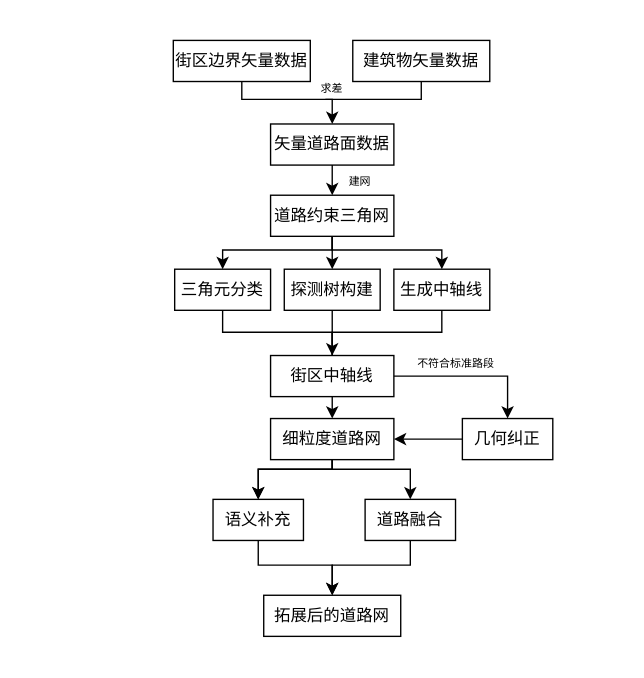
This is page "Page-1" (1 of 2) of Untitled Diagram.drawio from glancccc/CS-Books, a draw.io file, before an edit. Source tidied: cells renumbered, new cells numbered last; positions are measured from the earlier drawing's top-left corner, leaving out a move shared by most shapes. Both pictures are drawn from the tidied source at 137%, with x=0, y=0 at pixel (173, 40).
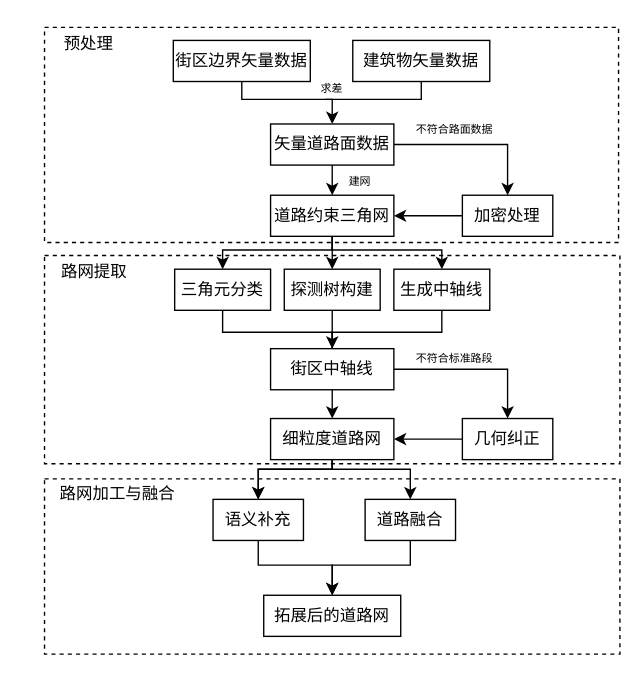
After the change.

The change refers to these unchanged cells:
```xml
<mxCell id="3" value="矢量道路面数据" style="rounded=0;whiteSpace=wrap;html=1;fontSize=12;glass=0;strokeWidth=1;shadow=0;" parent="1" vertex="1">
  <mxGeometry x="71" y="61" width="90" height="30" as="geometry" />
</mxCell>
<mxCell id="4" value="道路约束三角网" style="rounded=0;whiteSpace=wrap;html=1;fontSize=12;glass=0;strokeWidth=1;shadow=0;" parent="1" vertex="1">
  <mxGeometry x="71" y="113" width="90" height="30" as="geometry" />
</mxCell>
<mxCell id="26" value="几何纠正" style="rounded=0;whiteSpace=wrap;html=1;fontSize=12;glass=0;strokeWidth=1;shadow=0;" parent="1" vertex="1">
  <mxGeometry x="211" y="276" width="66" height="30" as="geometry" />
</mxCell>
```

The edit, as a diff of the source:
```diff
@@
+    <mxCell id="35" style="rounded=0;whiteSpace=wrap;html=1;dashed=1;" parent="1" vertex="1">
+      <mxGeometry x="-94" y="320" width="420" height="128" as="geometry" />
+    </mxCell>
+    <mxCell id="36" style="rounded=0;whiteSpace=wrap;html=1;dashed=1;" parent="1" vertex="1">
+      <mxGeometry x="-94" y="157" width="420" height="152" as="geometry" />
+    </mxCell>
+    <mxCell id="37" style="rounded=0;whiteSpace=wrap;html=1;dashed=1;" parent="1" vertex="1">
+      <mxGeometry x="-94" y="-9.5" width="419" height="157" as="geometry" />
+    </mxCell>
@@
     <mxCell id="24" value="街区中轴线" style="rounded=0;whiteSpace=wrap;html=1;fontSize=12;glass=0;strokeWidth=1;shadow=0;" parent="1" vertex="1">
-      <mxGeometry x="71" y="230" width="90" height="30" as="geometry" />
+      <mxGeometry x="71" y="225" width="90" height="30" as="geometry" />
     </mxCell>
     <mxCell id="25" style="endArrow=classic;html=1;rounded=0;exitX=1;exitY=0.5;exitDx=0;exitDy=0;entryX=0.5;entryY=0;entryDx=0;entryDy=0;" parent="1" edge="1" source="24" target="26">
       <mxGeometry relative="1" as="geometry">
         <Array as="points">
-          <mxPoint x="244" y="245" />
+          <mxPoint x="244" y="240" />
         </Array>
       </mxGeometry>
     </mxCell>
@@
     <mxCell id="34" value="不符合标准路段" style="text;html=1;align=center;verticalAlign=middle;strokeColor=none;fillColor=none;fontSize=8;" parent="1" vertex="1">
-      <mxGeometry x="151" y="221" width="110" height="30" as="geometry" />
+      <mxGeometry x="150" y="217" width="110" height="30" as="geometry" />
     </mxCell>
+    <mxCell id="38" style="endArrow=classic;html=1;rounded=0;exitX=1;exitY=0.5;exitDx=0;exitDy=0;entryX=0.5;entryY=0;entryDx=0;entryDy=0;" parent="1" edge="1" source="3" target="39">
+      <mxGeometry relative="1" as="geometry">
+        <Array as="points">
+          <mxPoint x="244" y="76" />
+        </Array>
+      </mxGeometry>
+    </mxCell>
+    <mxCell id="39" value="加密处理" style="rounded=0;whiteSpace=wrap;html=1;fontSize=12;glass=0;strokeWidth=1;shadow=0;" parent="1" vertex="1">
+      <mxGeometry x="211" y="113" width="66" height="30" as="geometry" />
+    </mxCell>
+    <mxCell id="40" style="endArrow=classic;html=1;rounded=0;exitX=0;exitY=0.5;exitDx=0;exitDy=0;entryX=1;entryY=0.5;entryDx=0;entryDy=0;" parent="1" edge="1" source="39" target="4">
+      <mxGeometry relative="1" as="geometry" />
+    </mxCell>
+    <mxCell id="41" value="不符合路面数据" style="text;html=1;align=center;verticalAlign=middle;strokeColor=none;fillColor=none;fontSize=8;" parent="1" vertex="1">
+      <mxGeometry x="150" y="50" width="110" height="30" as="geometry" />
+    </mxCell>
+    <mxCell id="42" value="预处理" style="text;html=1;strokeColor=none;fillColor=none;align=center;verticalAlign=middle;whiteSpace=wrap;rounded=0;dashed=1;" parent="1" vertex="1">
+      <mxGeometry x="-109" y="-12.5" width="95" height="30" as="geometry" />
+    </mxCell>
+    <mxCell id="43" value="路网提取" style="text;html=1;strokeColor=none;fillColor=none;align=center;verticalAlign=middle;whiteSpace=wrap;rounded=0;dashed=1;" parent="1" vertex="1">
+      <mxGeometry x="-105" y="154" width="95" height="30" as="geometry" />
+    </mxCell>
+    <mxCell id="44" value="路网加工与融合" style="text;html=1;strokeColor=none;fillColor=none;align=center;verticalAlign=middle;whiteSpace=wrap;rounded=0;dashed=1;" parent="1" vertex="1">
+      <mxGeometry x="-88" y="316" width="95" height="30" as="geometry" />
+    </mxCell>
```
